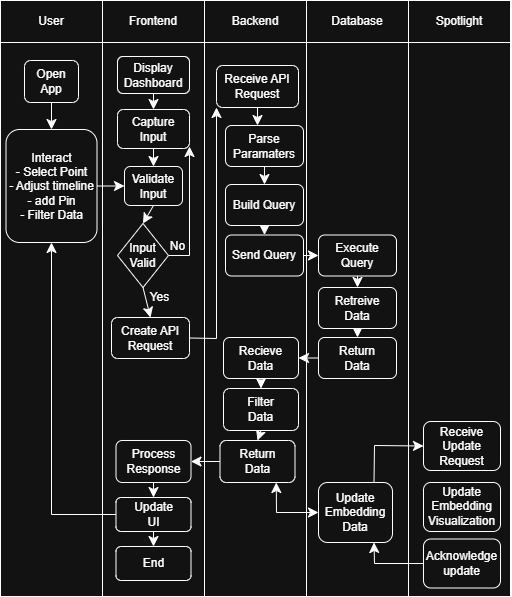
Before: assets/diagrams/Activity-T8-Dark.png, a diagram exported from draw.io (UD-CPS491-26S/team08-website). Source tidied: cells renumbered, new cells last; positions are measured from the earlier drawing's top-left corner, leaving out a move shared by most shapes.
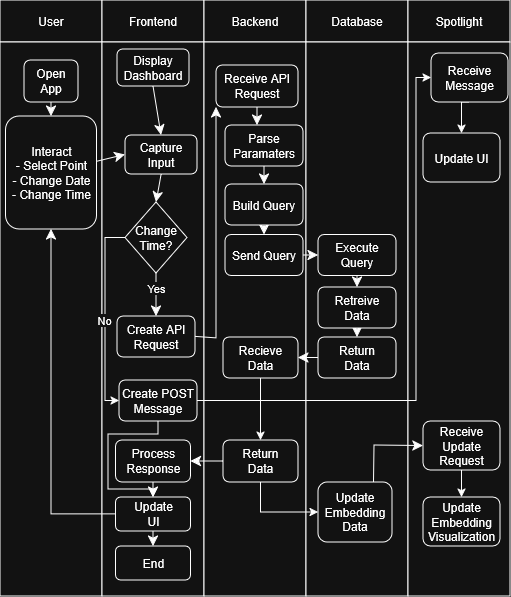
Later version of the same file.

Diff of the diagram source:
```diff
@@ -38,53 +38,42 @@
     <mxCell id="13" value="Open&lt;div&gt;App&lt;/div&gt;" style="rounded=1;whiteSpace=wrap;html=1;" parent="1" vertex="1">
       <mxGeometry x="24" y="60" width="54" height="42" as="geometry" />
     </mxCell>
-    <mxCell id="14" style="edgeStyle=none;curved=1;rounded=0;jettySize=auto;html=1;fontSize=12;startSize=8;endSize=8;entryX=0;entryY=0.5;entryDx=0;entryDy=0;" parent="1" edge="1" source="15" target="17">
+    <mxCell id="14" style="edgeStyle=none;curved=1;rounded=0;jettySize=auto;html=1;fontSize=12;startSize=8;endSize=8;entryX=0;entryY=0.5;entryDx=0;entryDy=0;" parent="1" edge="1" source="15" target="19">
       <mxGeometry relative="1" as="geometry" />
     </mxCell>
-    <mxCell id="15" value="Interact&lt;div&gt;- Select Point&lt;/div&gt;&lt;div&gt;- Adjust timeline&lt;/div&gt;&lt;div&gt;- add Pin&lt;/div&gt;&lt;div&gt;- Filter Data&lt;/div&gt;" style="rounded=1;whiteSpace=wrap;html=1;" parent="1" vertex="1">
-      <mxGeometry x="5.5" y="129" width="91" height="113" as="geometry" />
+    <mxCell id="15" value="Interact&lt;div&gt;- Select Point&lt;/div&gt;&lt;div&gt;- Change Date&lt;/div&gt;&lt;div&gt;- Change Time&lt;/div&gt;" style="rounded=1;whiteSpace=wrap;html=1;" parent="1" vertex="1">
+      <mxGeometry x="5.5" y="116" width="91" height="113" as="geometry" />
     </mxCell>
-    <mxCell id="16" style="edgeStyle=none;curved=1;rounded=0;jettySize=auto;html=1;exitX=0.5;exitY=1;exitDx=0;exitDy=0;entryX=0.5;entryY=0;entryDx=0;entryDy=0;fontSize=12;startSize=8;endSize=8;" parent="1" edge="1" source="17" target="26">
+    <mxCell id="16" style="edgeStyle=none;curved=1;rounded=0;jettySize=auto;html=1;exitX=0.5;exitY=1;exitDx=0;exitDy=0;entryX=0.5;entryY=0;entryDx=0;entryDy=0;fontSize=12;startSize=8;endSize=8;" parent="1" edge="1" source="19" target="26">
       <mxGeometry relative="1" as="geometry" />
     </mxCell>
-    <mxCell id="17" value="Validate&lt;div&gt;Input&lt;/div&gt;" style="rounded=1;whiteSpace=wrap;html=1;" parent="1" vertex="1">
-      <mxGeometry x="124" y="166" width="58" height="39" as="geometry" />
-    </mxCell>
     <mxCell id="18" value="Display&lt;div&gt;Dashboard&lt;/div&gt;" style="rounded=1;whiteSpace=wrap;html=1;" parent="1" vertex="1">
-      <mxGeometry x="117" y="56" width="72" height="37" as="geometry" />
+      <mxGeometry x="117" y="49" width="72" height="37" as="geometry" />
     </mxCell>
     <mxCell id="19" value="Capture&lt;div&gt;Input&lt;/div&gt;" style="rounded=1;whiteSpace=wrap;html=1;" parent="1" vertex="1">
-      <mxGeometry x="117" y="109" width="72" height="39" as="geometry" />
+      <mxGeometry x="125" y="135" width="72" height="39" as="geometry" />
     </mxCell>
-    <mxCell id="20" style="endArrow=classic;html=1;rounded=0;fontSize=12;startSize=8;endSize=8;curved=1;exitX=0.5;exitY=1;exitDx=0;exitDy=0;entryX=0.5;entryY=0;entryDx=0;entryDy=0;" parent="1" edge="1" source="19" target="17">
-      <mxGeometry relative="1" as="geometry" />
-    </mxCell>
     <mxCell id="21" style="endArrow=classic;html=1;rounded=0;fontSize=12;startSize=8;endSize=8;curved=1;exitX=0.5;exitY=1;exitDx=0;exitDy=0;entryX=0.5;entryY=0;entryDx=0;entryDy=0;" parent="1" edge="1" source="18" target="19">
       <mxGeometry relative="1" as="geometry" />
     </mxCell>
-    <mxCell id="22" style="edgeStyle=none;curved=0;rounded=0;jettySize=auto;html=1;exitX=1;exitY=0.5;exitDx=0;exitDy=0;fontSize=12;startSize=8;endSize=8;" parent="1" edge="1" source="26">
-      <mxGeometry relative="1" as="geometry">
-        <mxPoint x="189" y="146" as="targetPoint" />
-        <Array as="points">
-          <mxPoint x="189" y="255" />
-        </Array>
-      </mxGeometry>
-    </mxCell>
-    <mxCell id="23" value="No" style="edgeLabel;html=1;align=center;verticalAlign=middle;fontSize=12;" parent="22" vertex="1">
-      <mxGeometry x="-0.64" y="16" relative="1" as="geometry">
-        <mxPoint x="4" y="-7" as="offset" />
-      </mxGeometry>
-    </mxCell>
     <mxCell id="24" style="edgeStyle=none;curved=1;rounded=0;jettySize=auto;html=1;exitX=0.5;exitY=1;exitDx=0;exitDy=0;fontSize=12;startSize=8;endSize=8;entryX=0.5;entryY=0;entryDx=0;entryDy=0;" parent="1" edge="1" source="26" target="28">
       <mxGeometry relative="1" as="geometry" />
     </mxCell>
-    <mxCell id="25" value="Yes" style="edgeLabel;html=1;align=center;verticalAlign=middle;fontSize=12;" parent="24" vertex="1">
-      <mxGeometry x="-0.28" y="-2" relative="1" as="geometry">
-        <mxPoint x="15" y="-2" as="offset" />
+    <mxCell id="25" value="Yes" style="edgeLabel;html=1;align=center;verticalAlign=middle;" parent="24" vertex="1">
+      <mxGeometry x="-0.09" y="-2" relative="1" as="geometry">
+        <mxPoint x="2" y="-5" as="offset" />
       </mxGeometry>
     </mxCell>
+    <mxCell id="62" style="edgeStyle=orthogonalEdgeStyle;rounded=0;jettySize=auto;html=1;exitX=0;exitY=0.5;exitDx=0;exitDy=0;entryX=0;entryY=0.5;entryDx=0;entryDy=0;" parent="1" edge="1" source="26" target="67">
+      <mxGeometry relative="1" as="geometry" />
+    </mxCell>
+    <mxCell id="23" value="No" style="edgeLabel;html=1;align=center;verticalAlign=middle;" parent="62" vertex="1">
+      <mxGeometry x="0.2" y="1" relative="1" as="geometry">
+        <mxPoint x="-2" y="-16" as="offset" />
+      </mxGeometry>
+    </mxCell>
-    <mxCell id="26" value="Input Valid" style="rhombus;whiteSpace=wrap;html=1;" parent="1" vertex="1">
-      <mxGeometry x="117" y="223" width="51" height="64" as="geometry" />
+    <mxCell id="26" value="Change Time?" style="rhombus;whiteSpace=wrap;html=1;" parent="1" vertex="1">
+      <mxGeometry x="125" y="202" width="62" height="71" as="geometry" />
     </mxCell>
     <mxCell id="27" style="edgeStyle=none;curved=0;rounded=0;jettySize=auto;html=1;exitX=1;exitY=0.5;exitDx=0;exitDy=0;entryX=0;entryY=1;entryDx=0;entryDy=0;fontSize=12;startSize=8;endSize=8;" parent="1" edge="1" source="28" target="29">
       <mxGeometry relative="1" as="geometry">
@@ -94,7 +83,7 @@
       </mxGeometry>
     </mxCell>
     <mxCell id="28" value="Create API&lt;div&gt;Request&lt;/div&gt;" style="rounded=1;whiteSpace=wrap;html=1;" parent="1" vertex="1">
-      <mxGeometry x="111" y="317" width="78" height="41" as="geometry" />
+      <mxGeometry x="117" y="316" width="78" height="41" as="geometry" />
     </mxCell>
     <mxCell id="29" value="Receive API&lt;div&gt;Request&lt;/div&gt;" style="rounded=1;whiteSpace=wrap;html=1;" parent="1" vertex="1">
       <mxGeometry x="216" y="65" width="82" height="42" as="geometry" />
@@ -140,30 +129,20 @@
     <mxCell id="42" value="Return&lt;br&gt;Data" style="rounded=1;whiteSpace=wrap;html=1;" parent="1" vertex="1">
       <mxGeometry x="318" y="337" width="78" height="41" as="geometry" />
     </mxCell>
-    <mxCell id="43" style="edgeStyle=none;curved=1;rounded=0;jettySize=auto;html=1;exitX=0.5;exitY=1;exitDx=0;exitDy=0;entryX=0.5;entryY=0;entryDx=0;entryDy=0;fontSize=12;startSize=8;endSize=8;" parent="1" edge="1" source="44" target="46">
-      <mxGeometry relative="1" as="geometry" />
-    </mxCell>
+    <mxCell id="63" style="edgeStyle=orthogonalEdgeStyle;rounded=0;jettySize=auto;html=1;exitX=0.5;exitY=1;exitDx=0;exitDy=0;" parent="1" edge="1" source="44" target="49">
+      <mxGeometry relative="1" as="geometry" />
+    </mxCell>
     <mxCell id="44" value="Recieve&lt;br&gt;Data" style="rounded=1;whiteSpace=wrap;html=1;" parent="1" vertex="1">
       <mxGeometry x="223" y="337" width="75" height="41" as="geometry" />
     </mxCell>
-    <mxCell id="45" style="edgeStyle=none;curved=1;rounded=0;jettySize=auto;html=1;exitX=0.5;exitY=1;exitDx=0;exitDy=0;entryX=0.5;entryY=0;entryDx=0;entryDy=0;fontSize=12;startSize=8;endSize=8;" parent="1" edge="1" source="46" target="49">
-      <mxGeometry relative="1" as="geometry" />
-    </mxCell>
-    <mxCell id="46" value="&lt;span style=&quot;background-color: transparent; color: light-dark(rgb(0, 0, 0), rgb(255, 255, 255));&quot;&gt;Filter&lt;/span&gt;&lt;div&gt;Data&lt;/div&gt;" style="rounded=1;whiteSpace=wrap;html=1;" parent="1" vertex="1">
-      <mxGeometry x="223" y="388" width="75" height="42" as="geometry" />
-    </mxCell>
     <mxCell id="47" style="edgeStyle=none;curved=1;rounded=0;jettySize=auto;html=1;exitX=0;exitY=0.5;exitDx=0;exitDy=0;entryX=1;entryY=0.5;entryDx=0;entryDy=0;fontSize=12;startSize=8;endSize=8;" parent="1" edge="1" source="49" target="51">
       <mxGeometry relative="1" as="geometry" />
     </mxCell>
-    <mxCell id="48" style="edgeStyle=none;curved=0;rounded=0;jettySize=auto;html=1;exitX=0.75;exitY=1;exitDx=0;exitDy=0;entryX=0;entryY=0.5;entryDx=0;entryDy=0;fontSize=12;startSize=8;endSize=8;startArrow=classic;startFill=1;" parent="1" edge="1" source="49" target="57">
-      <mxGeometry relative="1" as="geometry">
-        <Array as="points">
-          <mxPoint x="276" y="512" />
-        </Array>
-      </mxGeometry>
+    <mxCell id="48" style="edgeStyle=orthogonalEdgeStyle;rounded=0;jettySize=auto;html=1;exitX=0.5;exitY=1;exitDx=0;exitDy=0;" parent="1" edge="1" source="49" target="57">
+      <mxGeometry relative="1" as="geometry" />
     </mxCell>
     <mxCell id="49" value="Return&lt;div&gt;Data&lt;/div&gt;" style="rounded=1;whiteSpace=wrap;html=1;" parent="1" vertex="1">
-      <mxGeometry x="219.5" y="440" width="75" height="42" as="geometry" />
+      <mxGeometry x="223" y="440" width="75" height="42" as="geometry" />
     </mxCell>
     <mxCell id="50" style="edgeStyle=none;curved=1;rounded=0;jettySize=auto;html=1;exitX=0.5;exitY=1;exitDx=0;exitDy=0;entryX=0.5;entryY=0;entryDx=0;entryDy=0;fontSize=12;startSize=8;endSize=8;" parent="1" edge="1" source="51" target="54">
       <mxGeometry relative="1" as="geometry" />
@@ -197,21 +176,47 @@
     <mxCell id="57" value="Update Embedding&lt;div&gt;Data&lt;/div&gt;" style="rounded=1;whiteSpace=wrap;html=1;" parent="1" vertex="1">
       <mxGeometry x="318" y="482" width="74" height="60" as="geometry" />
     </mxCell>
+    <mxCell id="64" style="edgeStyle=orthogonalEdgeStyle;rounded=0;jettySize=auto;html=1;exitX=0.5;exitY=1;exitDx=0;exitDy=0;" parent="1" edge="1" source="58" target="59">
+      <mxGeometry relative="1" as="geometry" />
+    </mxCell>
     <mxCell id="58" value="Receive Update Request" style="rounded=1;whiteSpace=wrap;html=1;" parent="1" vertex="1">
       <mxGeometry x="423" y="421" width="77" height="49" as="geometry" />
     </mxCell>
     <mxCell id="59" value="Update Embedding Visualization" style="rounded=1;whiteSpace=wrap;html=1;" parent="1" vertex="1">
-      <mxGeometry x="423" y="482" width="77" height="49" as="geometry" />
+      <mxGeometry x="423" y="497" width="77" height="49" as="geometry" />
     </mxCell>
-    <mxCell id="60" style="edgeStyle=none;curved=0;rounded=0;jettySize=auto;html=1;exitX=0;exitY=0.5;exitDx=0;exitDy=0;entryX=0.75;entryY=1;entryDx=0;entryDy=0;fontSize=12;startSize=8;endSize=8;" parent="1" edge="1" source="61" target="57">
-      <mxGeometry relative="1" as="geometry">
-        <Array as="points">
-          <mxPoint x="374" y="563" />
-        </Array>
-      </mxGeometry>
-    </mxCell>
-    <mxCell id="61" value="Acknowledge update" style="rounded=1;whiteSpace=wrap;html=1;" parent="1" vertex="1">
-      <mxGeometry x="423" y="538.5" width="77" height="49" as="geometry" />
-    </mxCell>
+    <mxCell id="65" style="edgeStyle=orthogonalEdgeStyle;rounded=0;jettySize=auto;html=1;exitX=1;exitY=0.5;exitDx=0;exitDy=0;entryX=0;entryY=0.5;entryDx=0;entryDy=0;" parent="1" edge="1" source="67" target="70">
+      <mxGeometry relative="1" as="geometry">
+        <Array as="points">
+          <mxPoint x="416" y="401" />
+          <mxPoint x="416" y="77" />
+        </Array>
+      </mxGeometry>
+    </mxCell>
+    <mxCell id="66" style="edgeStyle=orthogonalEdgeStyle;rounded=0;jettySize=auto;html=1;exitX=0.5;exitY=1;exitDx=0;exitDy=0;entryX=0.5;entryY=0;entryDx=0;entryDy=0;" parent="1" edge="1" source="67" target="54">
+      <mxGeometry relative="1" as="geometry">
+        <Array as="points">
+          <mxPoint x="158" y="434" />
+          <mxPoint x="108" y="434" />
+          <mxPoint x="108" y="489" />
+          <mxPoint x="153" y="489" />
+        </Array>
+      </mxGeometry>
+    </mxCell>
+    <mxCell id="67" value="Create POST Message" style="rounded=1;whiteSpace=wrap;html=1;" parent="1" vertex="1">
+      <mxGeometry x="119" y="380" width="78" height="41" as="geometry" />
+    </mxCell>
+    <mxCell id="68" style="edgeStyle=orthogonalEdgeStyle;rounded=0;orthogonalLoop=1;jettySize=auto;html=1;exitX=0.5;exitY=1;exitDx=0;exitDy=0;" parent="1" edge="1" source="67" target="67">
+      <mxGeometry relative="1" as="geometry" />
+    </mxCell>
+    <mxCell id="69" style="edgeStyle=orthogonalEdgeStyle;rounded=0;jettySize=auto;html=1;exitX=0.5;exitY=1;exitDx=0;exitDy=0;entryX=0.5;entryY=0;entryDx=0;entryDy=0;" parent="1" edge="1" source="70" target="71">
+      <mxGeometry relative="1" as="geometry" />
+    </mxCell>
+    <mxCell id="70" value="Receive Message" style="rounded=1;whiteSpace=wrap;html=1;" parent="1" vertex="1">
+      <mxGeometry x="431" y="53" width="77" height="49" as="geometry" />
+    </mxCell>
+    <mxCell id="71" value="Update UI" style="rounded=1;whiteSpace=wrap;html=1;" parent="1" vertex="1">
+      <mxGeometry x="423" y="133" width="77" height="49" as="geometry" />
+    </mxCell>
   </root>
 </mxGraphModel>
```
